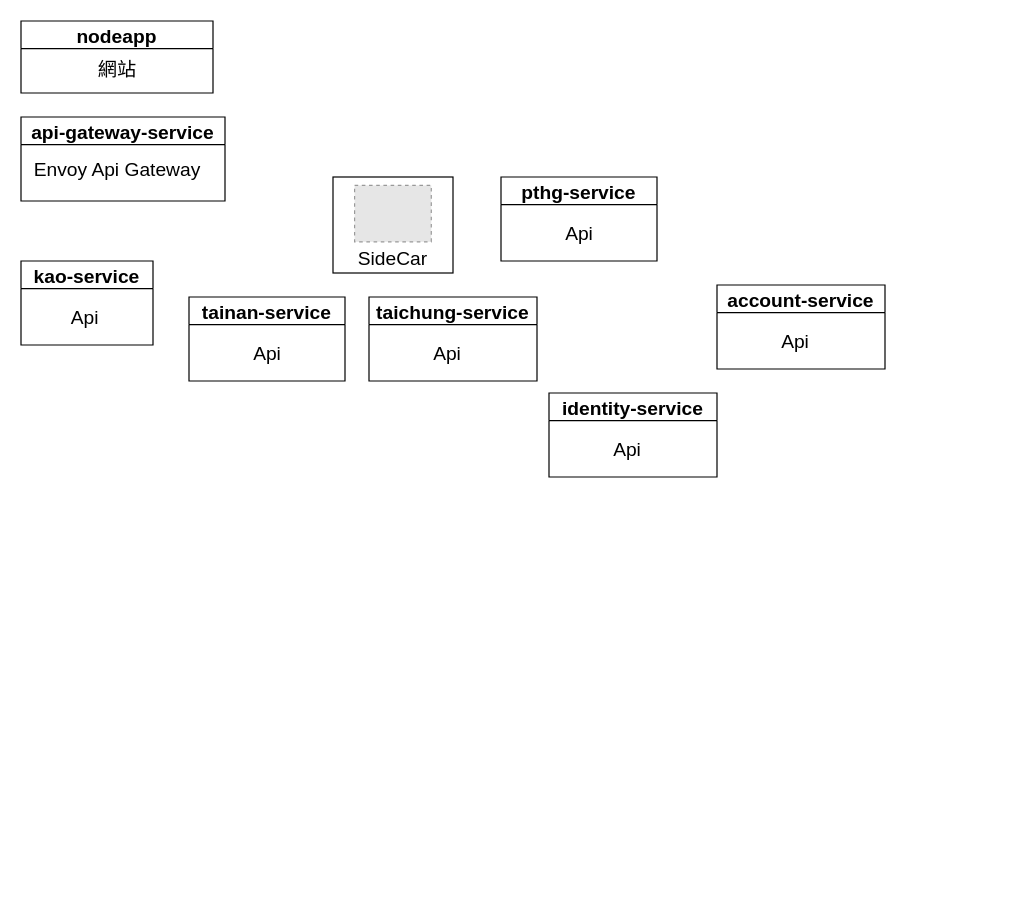
Above: screenshot/System.drawio in Benknightdark/OpenDataCollector (draw.io), before the change. Source tidied: cells renumbered, new cells numbered last; positions are measured from the earlier drawing's top-left corner, leaving out a move shared by most shapes. Both pictures are drawn from the tidied source at 120%, with x=0, y=0 at pixel (20, 20). Pictures stored in the file or linked from it are replaced by grey dashed boxes.
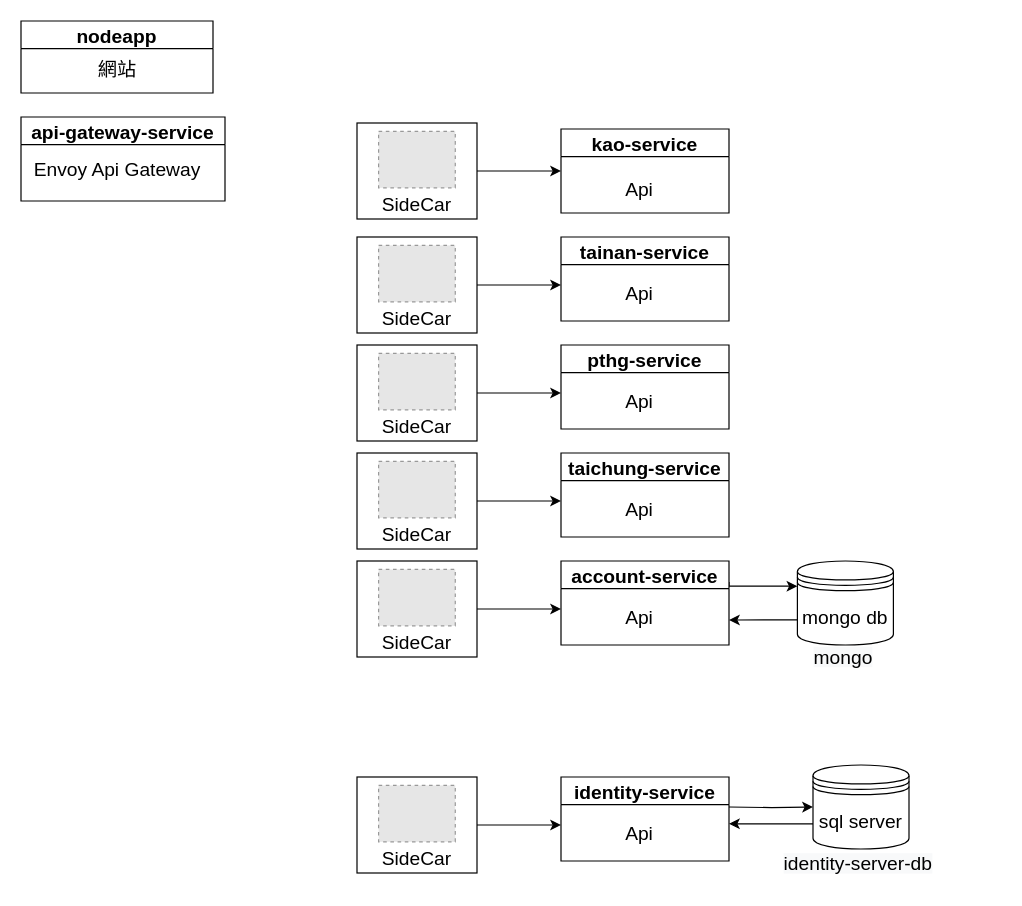
The same page after the edit.

Unchanged cells that the change refers to:
```xml
<mxCell id="5" value="&lt;br style=&quot;font-size: 16px&quot;&gt;SideCar" style="rounded=0;whiteSpace=wrap;html=1;verticalAlign=bottom;fontSize=16;" parent="4" vertex="1">
  <mxGeometry width="100" height="80" as="geometry" />
</mxCell>
```

Diff of the diagram source:
```diff
@@
     <mxCell id="4" style="group;" parent="1" vertex="1">
-      <mxGeometry x="260" y="130" width="100" height="80" as="geometry" />
+      <mxGeometry x="280" y="85" width="100" height="80" as="geometry" />
     </mxCell>
@@
     <mxCell id="9" value="kao-service" style="swimlane;fontSize=16;" parent="1" vertex="1">
-      <mxGeometry y="200" width="110" height="70" as="geometry" />
+      <mxGeometry x="450" y="90" width="140" height="70" as="geometry" />
     </mxCell>
     <mxCell id="10" value="Api" style="text;html=1;align=center;verticalAlign=middle;strokeColor=none;fontSize=16;" parent="9" vertex="1">
-      <mxGeometry x="33" y="37" width="40" height="20" as="geometry" />
+      <mxGeometry x="45" y="40" width="40" height="20" as="geometry" />
     </mxCell>
     <mxCell id="11" value="tainan-service" style="swimlane;fontSize=16;" parent="1" vertex="1">
-      <mxGeometry x="140" y="230" width="130" height="70" as="geometry" />
+      <mxGeometry x="450" y="180" width="140" height="70" as="geometry" />
     </mxCell>
@@
     <mxCell id="13" value="taichung-service" style="swimlane;fontSize=16;" parent="1" vertex="1">
-      <mxGeometry x="290" y="230" width="140" height="70" as="geometry" />
+      <mxGeometry x="450" y="360" width="140" height="70" as="geometry" />
     </mxCell>
@@
+    <mxCell id="21" style="edgeStyle=orthogonalEdgeStyle;rounded=0;jettySize=auto;html=1;fontSize=16;" parent="1" edge="1" target="45">
+      <mxGeometry relative="1" as="geometry">
+        <mxPoint x="590" y="655" as="sourcePoint" />
+      </mxGeometry>
+    </mxCell>
     <mxCell id="15" value="identity-service" style="swimlane;fontSize=16;" parent="1" vertex="1">
-      <mxGeometry x="440" y="310" width="140" height="70" as="geometry" />
+      <mxGeometry x="450" y="630" width="140" height="70" as="geometry" />
     </mxCell>
@@
     <mxCell id="17" value="pthg-service" style="swimlane;fontSize=16;" parent="1" vertex="1">
-      <mxGeometry x="400" y="130" width="130" height="70" as="geometry" />
+      <mxGeometry x="450" y="270" width="140" height="70" as="geometry" />
     </mxCell>
@@
+    <mxCell id="22" style="edgeStyle=orthogonalEdgeStyle;rounded=0;jettySize=auto;html=1;exitX=1;exitY=0.25;exitDx=0;exitDy=0;entryX=0;entryY=0.3;entryDx=0;entryDy=0;fontSize=16;" parent="1" edge="1" source="19" target="49">
+      <mxGeometry relative="1" as="geometry">
+        <Array as="points">
+          <mxPoint x="590" y="471" />
+        </Array>
+      </mxGeometry>
+    </mxCell>
     <mxCell id="19" value="account-service" style="swimlane;fontSize=16;" parent="1" vertex="1">
-      <mxGeometry x="580" y="220" width="140" height="70" as="geometry" />
+      <mxGeometry x="450" y="450" width="140" height="70" as="geometry" />
     </mxCell>
@@
+    <mxCell id="23" style="edgeStyle=orthogonalEdgeStyle;rounded=0;jettySize=auto;html=1;exitX=1;exitY=0.5;exitDx=0;exitDy=0;entryX=0;entryY=0.5;entryDx=0;entryDy=0;fontSize=16;" parent="1" edge="1" source="5" target="9">
+      <mxGeometry relative="1" as="geometry" />
+    </mxCell>
+    <mxCell id="24" style="group;" parent="1" vertex="1">
+      <mxGeometry x="280" y="180" width="100" height="80" as="geometry" />
+    </mxCell>
+    <mxCell id="25" value="&lt;br style=&quot;font-size: 16px&quot;&gt;SideCar" style="rounded=0;whiteSpace=wrap;html=1;verticalAlign=bottom;fontSize=16;" parent="24" vertex="1">
+      <mxGeometry width="100" height="80" as="geometry" />
+    </mxCell>
+    <mxCell id="26" style="fillColor=#E6E6E6;strokeColor=#999999;dashed=1;verticalLabelPosition=bottom;labelBackgroundColor=#ffffff;verticalAlign=top;fontSize=16;" parent="24" vertex="1">
+      <mxGeometry x="18" y="7" width="63.9" height="47" as="geometry" />
+    </mxCell>
+    <mxCell id="27" style="edgeStyle=orthogonalEdgeStyle;rounded=0;jettySize=auto;html=1;exitX=1;exitY=0.5;exitDx=0;exitDy=0;entryX=0;entryY=0.5;entryDx=0;entryDy=0;fontSize=16;" parent="1" edge="1" source="25">
+      <mxGeometry relative="1" as="geometry">
+        <mxPoint x="450" y="220" as="targetPoint" />
+      </mxGeometry>
+    </mxCell>
+    <mxCell id="28" style="group;" parent="1" vertex="1">
+      <mxGeometry x="280" y="270" width="100" height="80" as="geometry" />
+    </mxCell>
+    <mxCell id="29" value="&lt;br style=&quot;font-size: 16px&quot;&gt;SideCar" style="rounded=0;whiteSpace=wrap;html=1;verticalAlign=bottom;fontSize=16;" parent="28" vertex="1">
+      <mxGeometry width="100" height="80" as="geometry" />
+    </mxCell>
+    <mxCell id="30" style="fillColor=#E6E6E6;strokeColor=#999999;dashed=1;verticalLabelPosition=bottom;labelBackgroundColor=#ffffff;verticalAlign=top;fontSize=16;" parent="28" vertex="1">
+      <mxGeometry x="18" y="7" width="63.9" height="47" as="geometry" />
+    </mxCell>
+    <mxCell id="31" style="edgeStyle=orthogonalEdgeStyle;rounded=0;jettySize=auto;html=1;exitX=1;exitY=0.5;exitDx=0;exitDy=0;entryX=0;entryY=0.5;entryDx=0;entryDy=0;fontSize=16;" parent="1" edge="1" source="29">
+      <mxGeometry relative="1" as="geometry">
+        <mxPoint x="450" y="310" as="targetPoint" />
+      </mxGeometry>
+    </mxCell>
+    <mxCell id="32" style="group;" parent="1" vertex="1">
+      <mxGeometry x="280" y="360" width="100" height="80" as="geometry" />
+    </mxCell>
+    <mxCell id="33" value="&lt;br style=&quot;font-size: 16px&quot;&gt;SideCar" style="rounded=0;whiteSpace=wrap;html=1;verticalAlign=bottom;fontSize=16;" parent="32" vertex="1">
+      <mxGeometry width="100" height="80" as="geometry" />
+    </mxCell>
+    <mxCell id="34" style="fillColor=#E6E6E6;strokeColor=#999999;dashed=1;verticalLabelPosition=bottom;labelBackgroundColor=#ffffff;verticalAlign=top;fontSize=16;" parent="32" vertex="1">
+      <mxGeometry x="18" y="7" width="63.9" height="47" as="geometry" />
+    </mxCell>
+    <mxCell id="35" style="edgeStyle=orthogonalEdgeStyle;rounded=0;jettySize=auto;html=1;exitX=1;exitY=0.5;exitDx=0;exitDy=0;entryX=0;entryY=0.5;entryDx=0;entryDy=0;fontSize=16;" parent="1" edge="1" source="33">
+      <mxGeometry relative="1" as="geometry">
+        <mxPoint x="450" y="400" as="targetPoint" />
+      </mxGeometry>
+    </mxCell>
+    <mxCell id="36" style="group;" parent="1" vertex="1">
+      <mxGeometry x="280" y="450" width="100" height="80" as="geometry" />
+    </mxCell>
+    <mxCell id="37" value="&lt;br style=&quot;font-size: 16px&quot;&gt;SideCar" style="rounded=0;whiteSpace=wrap;html=1;verticalAlign=bottom;fontSize=16;" parent="36" vertex="1">
+      <mxGeometry width="100" height="80" as="geometry" />
+    </mxCell>
+    <mxCell id="38" style="fillColor=#E6E6E6;strokeColor=#999999;dashed=1;verticalLabelPosition=bottom;labelBackgroundColor=#ffffff;verticalAlign=top;fontSize=16;" parent="36" vertex="1">
+      <mxGeometry x="18" y="7" width="63.9" height="47" as="geometry" />
+    </mxCell>
+    <mxCell id="39" style="edgeStyle=orthogonalEdgeStyle;rounded=0;jettySize=auto;html=1;exitX=1;exitY=0.5;exitDx=0;exitDy=0;entryX=0;entryY=0.5;entryDx=0;entryDy=0;fontSize=16;" parent="1" edge="1" source="37">
+      <mxGeometry relative="1" as="geometry">
+        <mxPoint x="450" y="490" as="targetPoint" />
+      </mxGeometry>
+    </mxCell>
+    <mxCell id="40" style="group;" parent="1" vertex="1">
+      <mxGeometry x="280" y="630" width="100" height="80" as="geometry" />
+    </mxCell>
+    <mxCell id="41" value="&lt;br style=&quot;font-size: 16px&quot;&gt;SideCar" style="rounded=0;whiteSpace=wrap;html=1;verticalAlign=bottom;fontSize=16;" parent="40" vertex="1">
+      <mxGeometry width="100" height="80" as="geometry" />
+    </mxCell>
+    <mxCell id="42" style="fillColor=#E6E6E6;strokeColor=#999999;dashed=1;verticalLabelPosition=bottom;labelBackgroundColor=#ffffff;verticalAlign=top;fontSize=16;" parent="40" vertex="1">
+      <mxGeometry x="18" y="7" width="63.9" height="47" as="geometry" />
+    </mxCell>
+    <mxCell id="43" style="edgeStyle=orthogonalEdgeStyle;rounded=0;jettySize=auto;html=1;exitX=1;exitY=0.5;exitDx=0;exitDy=0;entryX=0;entryY=0.5;entryDx=0;entryDy=0;fontSize=16;" parent="1" edge="1" source="41">
+      <mxGeometry relative="1" as="geometry">
+        <mxPoint x="450" y="670" as="targetPoint" />
+      </mxGeometry>
+    </mxCell>
+    <mxCell id="44" style="group;" parent="1" vertex="1">
+      <mxGeometry x="640" y="620" width="150" height="100" as="geometry" />
+    </mxCell>
+    <mxCell id="45" value="sql server" style="shape=datastore;whiteSpace=wrap;html=1;fontSize=16;" parent="44" vertex="1">
+      <mxGeometry x="20" width="80" height="70" as="geometry" />
+    </mxCell>
+    <mxCell id="46" value="&lt;span style=&quot;color: rgb(0, 0, 0); font-family: helvetica; font-size: 16px; font-style: normal; font-weight: 400; letter-spacing: normal; text-align: center; text-indent: 0px; text-transform: none; word-spacing: 0px; background-color: rgb(248, 249, 250); display: inline; float: none;&quot;&gt;identity-server-db&lt;/span&gt;" style="text;whiteSpace=wrap;html=1;fontSize=16;verticalAlign=middle;" parent="44" vertex="1">
+      <mxGeometry x="-6" y="67" width="150" height="30" as="geometry" />
+    </mxCell>
+    <mxCell id="47" style="edgeStyle=orthogonalEdgeStyle;rounded=0;jettySize=auto;html=1;exitX=0;exitY=0.7;exitDx=0;exitDy=0;fontSize=16;" parent="1" edge="1" source="45">
+      <mxGeometry relative="1" as="geometry">
+        <mxPoint x="590" y="669" as="targetPoint" />
+      </mxGeometry>
+    </mxCell>
+    <mxCell id="48" style="group;" parent="1" vertex="1">
+      <mxGeometry x="627" y="450" width="190" height="100" as="geometry" />
+    </mxCell>
+    <mxCell id="49" value="mongo db" style="shape=datastore;whiteSpace=wrap;html=1;fontSize=16;" parent="48" vertex="1">
+      <mxGeometry x="20" width="80" height="70" as="geometry" />
+    </mxCell>
+    <mxCell id="50" value="&lt;span style=&quot;color: rgb(0 , 0 , 0) ; font-family: &amp;#34;helvetica&amp;#34; ; font-size: 16px ; font-style: normal ; font-weight: 400 ; letter-spacing: normal ; text-align: center ; text-indent: 0px ; text-transform: none ; word-spacing: 0px ; background-color: rgb(248 , 249 , 250) ; display: inline ; float: none&quot;&gt;mongo&lt;/span&gt;" style="text;whiteSpace=wrap;html=1;fontSize=16;verticalAlign=middle;" parent="48" vertex="1">
+      <mxGeometry x="31.5" y="70" width="57" height="20" as="geometry" />
+    </mxCell>
+    <mxCell id="51" style="edgeStyle=orthogonalEdgeStyle;rounded=0;jettySize=auto;html=1;exitX=0;exitY=0.7;exitDx=0;exitDy=0;fontSize=16;" parent="1" edge="1" source="49">
+      <mxGeometry relative="1" as="geometry">
+        <mxPoint x="590" y="499.2" as="targetPoint" />
+      </mxGeometry>
+    </mxCell>
```
